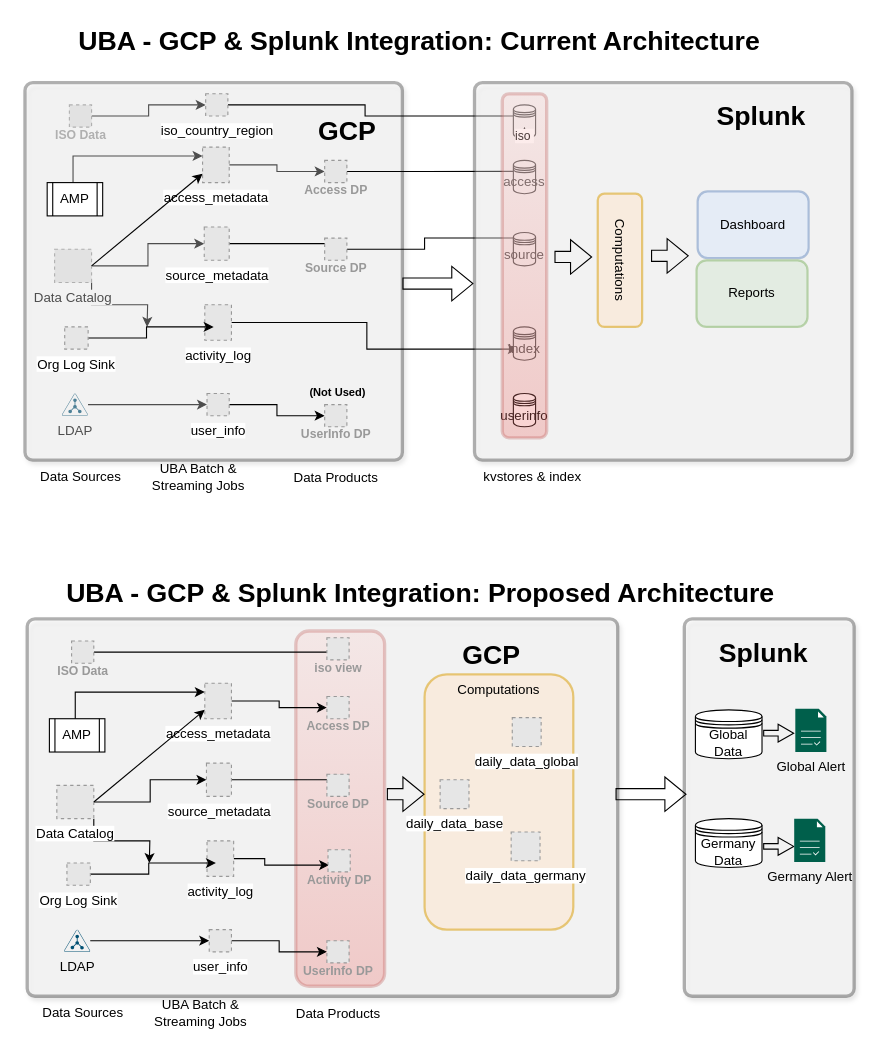
The draw.io diagram splunk_perf_design_V2.0.drawio in zikzakjack/draw.io, before the edit. Source tidied: cells renumbered, new cells numbered last; positions are measured from the earlier drawing's top-left corner, leaving out a move shared by most shapes. Both pictures are drawn from the tidied source at 111%, with x=0, y=0 at pixel (22, 19). Pictures stored in the file or linked from it are replaced by grey dashed boxes.
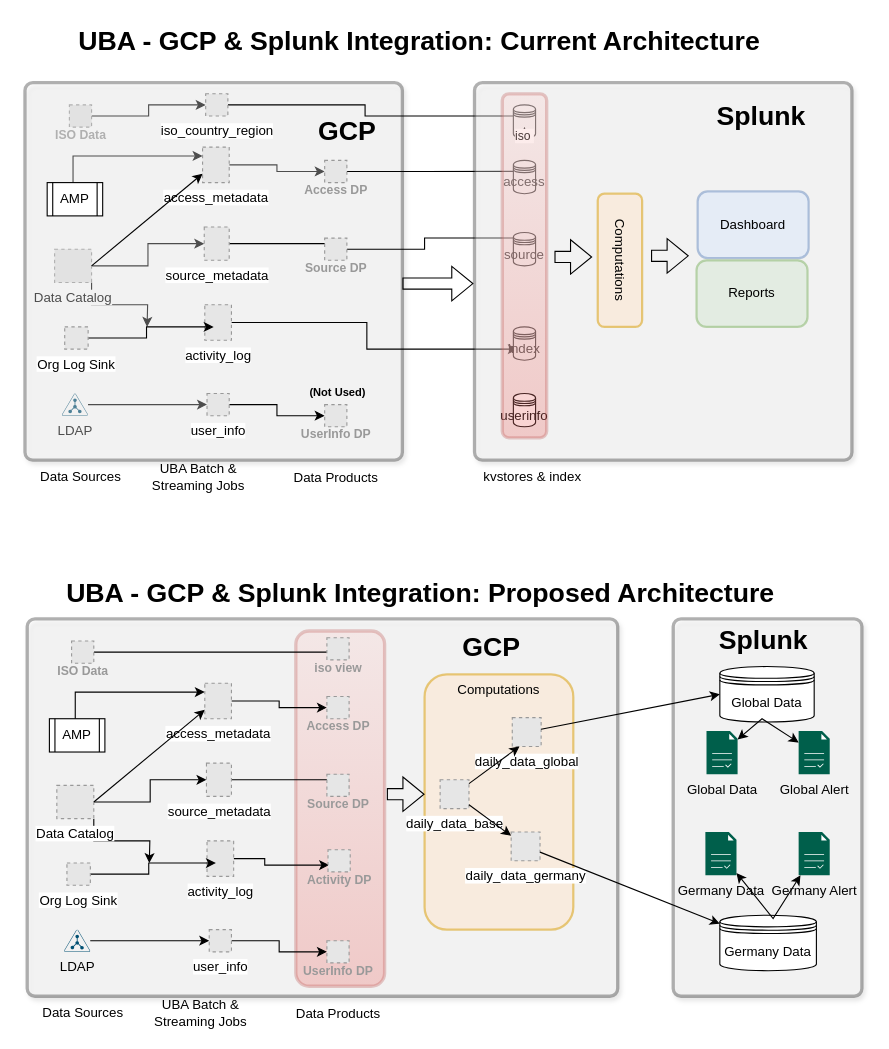
Above is the later version.

The change refers to these unchanged cells:
```xml
<mxCell id="91" value="daily_data_base" style="fillColor=#E6E6E6;strokeColor=#999999;dashed=1;html=1;verticalLabelPosition=bottom;labelBackgroundColor=#ffffff;verticalAlign=top;" parent="1" vertex="1">
  <mxGeometry x="376" y="685" width="26" height="26" as="geometry" />
</mxCell>
<mxCell id="95" value="daily_data_global" style="fillColor=#E6E6E6;strokeColor=#999999;dashed=1;html=1;verticalLabelPosition=bottom;labelBackgroundColor=#ffffff;verticalAlign=top;" parent="1" vertex="1">
  <mxGeometry x="441" y="629" width="26" height="26" as="geometry" />
</mxCell>
<mxCell id="96" value="daily_data_germany" style="fillColor=#E6E6E6;strokeColor=#999999;dashed=1;html=1;verticalLabelPosition=bottom;labelBackgroundColor=#ffffff;verticalAlign=top;" parent="1" vertex="1">
  <mxGeometry x="440" y="732" width="26" height="26" as="geometry" />
</mxCell>
```

What changed in the source:
```diff
@@
     <mxCell id="74" style="rounded=1;whiteSpace=wrap;html=1;absoluteArcSize=1;arcSize=14;strokeWidth=3;opacity=30;perimeterSpacing=2;shadow=1;textOpacity=30;" parent="1" vertex="1">
-      <mxGeometry x="596" y="540" width="153" height="340" as="geometry" />
+      <mxGeometry x="586" y="540" width="170" height="340" as="geometry" />
     </mxCell>
@@
-    <mxCell id="76" style="shape=flexArrow;endArrow=classic;html=1;rounded=0;endWidth=10;endSize=4.33;width=5;" parent="1" edge="1">
-      <mxGeometry relative="1" as="geometry">
-        <mxPoint x="667" y="745" as="sourcePoint" />
-        <mxPoint x="695" y="745" as="targetPoint" />
-      </mxGeometry>
-    </mxCell>
     <mxCell id="77" value="GCP" style="text;strokeColor=none;fillColor=none;html=1;fontSize=24;fontStyle=1;verticalAlign=middle;align=center;" parent="1" vertex="1">
-      <mxGeometry x="372" y="553" width="100" height="40" as="geometry" />
+      <mxGeometry x="372" y="546" width="100" height="40" as="geometry" />
     </mxCell>
     <mxCell id="78" value="Splunk" style="text;strokeColor=none;fillColor=none;html=1;fontSize=24;fontStyle=1;verticalAlign=middle;align=center;" parent="1" vertex="1">
-      <mxGeometry x="617" y="551" width="100" height="40" as="geometry" />
+      <mxGeometry x="617" y="540" width="100" height="40" as="geometry" />
     </mxCell>
@@
-    <mxCell id="85" style="shape=flexArrow;endArrow=classic;html=1;rounded=0;" parent="1" edge="1">
-      <mxGeometry relative="1" as="geometry">
-        <mxPoint x="534" y="698" as="sourcePoint" />
-        <mxPoint x="598" y="698" as="targetPoint" />
-      </mxGeometry>
-    </mxCell>
@@
     <mxCell id="89" value="Global Data" style="shape=datastore;whiteSpace=wrap;html=1;" parent="1" vertex="1">
-      <mxGeometry x="606" y="622" width="60" height="44" as="geometry" />
+      <mxGeometry x="628" y="583" width="85" height="50" as="geometry" />
     </mxCell>
     <mxCell id="90" value="Germany Data" style="shape=datastore;whiteSpace=wrap;html=1;" parent="1" vertex="1">
-      <mxGeometry x="606" y="720" width="60" height="44" as="geometry" />
+      <mxGeometry x="628" y="807" width="87" height="50" as="geometry" />
     </mxCell>
@@
     <mxCell id="92" value="Germany Alert" style="sketch=0;shadow=0;dashed=0;html=1;strokeColor=none;fillColor=#005F4B;labelPosition=center;verticalLabelPosition=bottom;verticalAlign=top;align=center;outlineConnect=0;shape=mxgraph.veeam2.report;" parent="1" vertex="1">
-      <mxGeometry x="695" y="720" width="28" height="39" as="geometry" />
+      <mxGeometry x="699" y="732" width="28" height="39" as="geometry" />
     </mxCell>
     <mxCell id="93" value="Global Alert" style="sketch=0;shadow=0;dashed=0;html=1;strokeColor=none;fillColor=#005F4B;labelPosition=center;verticalLabelPosition=bottom;verticalAlign=top;align=center;outlineConnect=0;shape=mxgraph.veeam2.report;" parent="1" vertex="1">
-      <mxGeometry x="696" y="621" width="28" height="39" as="geometry" />
+      <mxGeometry x="699" y="641" width="28" height="39" as="geometry" />
     </mxCell>
-    <mxCell id="94" style="shape=flexArrow;endArrow=classic;html=1;rounded=0;endWidth=10;endSize=4.33;width=5;" parent="1" edge="1">
-      <mxGeometry relative="1" as="geometry">
-        <mxPoint x="667" y="643" as="sourcePoint" />
-        <mxPoint x="695" y="643" as="targetPoint" />
-      </mxGeometry>
-    </mxCell>
@@
+    <mxCell id="98" value="Global Data" style="sketch=0;shadow=0;dashed=0;html=1;strokeColor=none;fillColor=#005F4B;labelPosition=center;verticalLabelPosition=bottom;verticalAlign=top;align=center;outlineConnect=0;shape=mxgraph.veeam2.report;" parent="1" vertex="1">
+      <mxGeometry x="616" y="641" width="28" height="39" as="geometry" />
+    </mxCell>
+    <mxCell id="99" value="Germany Data" style="sketch=0;shadow=0;dashed=0;html=1;strokeColor=none;fillColor=#005F4B;labelPosition=center;verticalLabelPosition=bottom;verticalAlign=top;align=center;outlineConnect=0;shape=mxgraph.veeam2.report;" parent="1" vertex="1">
+      <mxGeometry x="615" y="732" width="28" height="39" as="geometry" />
+    </mxCell>
+    <mxCell id="100" style="endArrow=classic;startArrow=classic;html=1;rounded=0;" parent="1" edge="1" source="93" target="98">
+      <mxGeometry relative="1" as="geometry">
+        <Array as="points">
+          <mxPoint x="666" y="630" />
+        </Array>
+      </mxGeometry>
+    </mxCell>
+    <mxCell id="101" style="endArrow=classic;startArrow=classic;html=1;rounded=0;" parent="1" edge="1" source="99" target="92">
+      <mxGeometry relative="1" as="geometry">
+        <Array as="points">
+          <mxPoint x="676" y="810" />
+        </Array>
+      </mxGeometry>
+    </mxCell>
+    <mxCell id="102" style="endArrow=classic;html=1;rounded=0;entryX=0;entryY=0.5;entryDx=0;entryDy=0;" parent="1" edge="1" source="95" target="89">
+      <mxGeometry relative="1" as="geometry" />
+    </mxCell>
+    <mxCell id="103" style="endArrow=classic;html=1;rounded=0;" parent="1" edge="1" source="96" target="90">
+      <mxGeometry relative="1" as="geometry" />
+    </mxCell>
+    <mxCell id="104" style="endArrow=classic;html=1;rounded=0;entryX=0.25;entryY=1;entryDx=0;entryDy=0;" parent="1" edge="1" source="91" target="95">
+      <mxGeometry relative="1" as="geometry" />
+    </mxCell>
+    <mxCell id="105" style="endArrow=classic;html=1;rounded=0;" parent="1" edge="1" source="91" target="96">
+      <mxGeometry relative="1" as="geometry" />
+    </mxCell>
```
